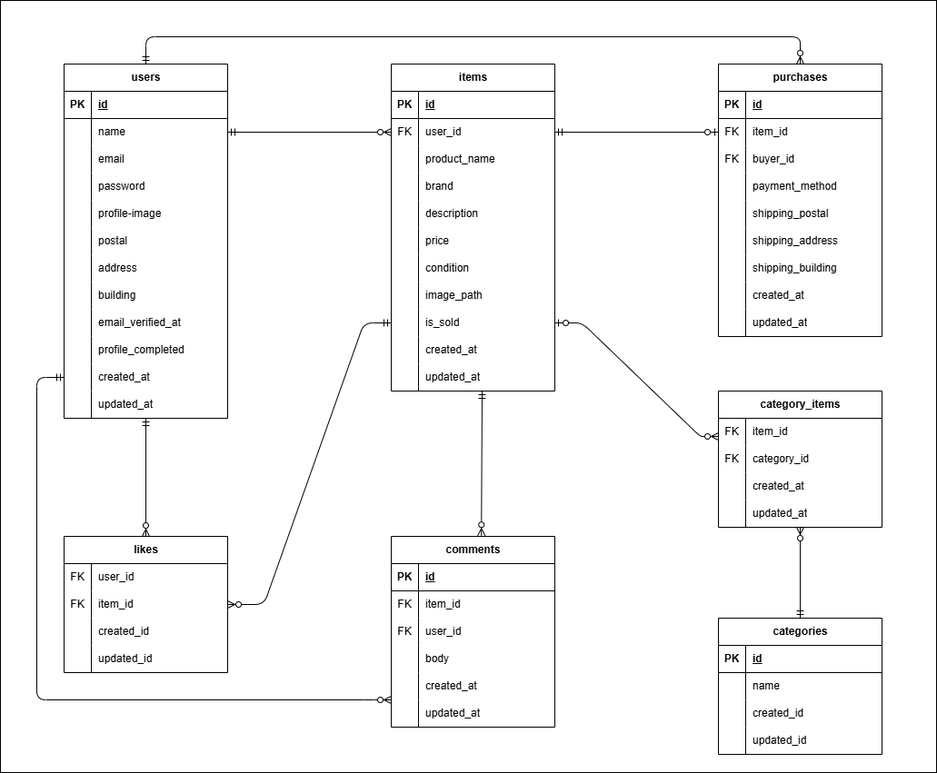
Earlier version of the draw.io export erd.png (kumumuma05/free-market). Source tidied: cells renumbered, new cells last; positions are measured from the earlier drawing's top-left corner, leaving out a move shared by most shapes.
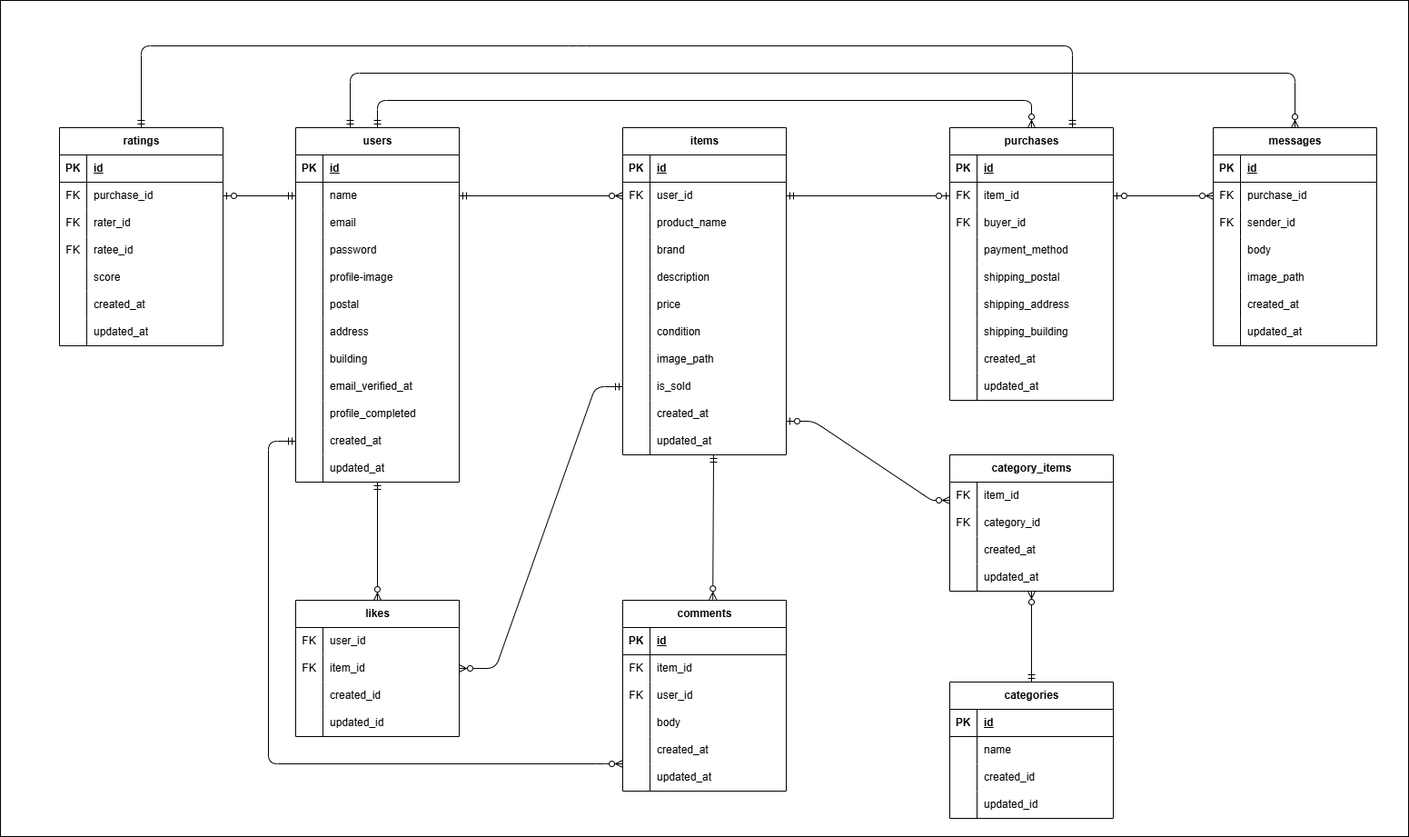
After the change.

Change to the diagram source:
```diff
@@ -3,7 +3,7 @@
     <mxCell id="0" />
     <mxCell id="1" parent="0" />
     <mxCell id="2" style="rounded=0;whiteSpace=wrap;html=1;labelBackgroundColor=default;" parent="1" vertex="1">
-      <mxGeometry width="1030" height="850" as="geometry" />
+      <mxGeometry x="-255" y="-70" width="1550" height="920" as="geometry" />
     </mxCell>
     <mxCell id="3" value="users" style="shape=table;startSize=30;rowLines=0;fontStyle=1;align=center;html=1;" parent="1" vertex="1">
       <mxGeometry x="70" y="70" width="180" height="390" as="geometry" />
@@ -518,11 +518,12 @@
         </Array>
       </mxGeometry>
     </mxCell>
-    <mxCell id="167" style="fontSize=12;html=1;endArrow=ERzeroToMany;startArrow=ERzeroToOne;startFill=0;endFill=0;exitX=1;exitY=0.5;exitDx=0;exitDy=0;" parent="1" edge="1" source="123">
+    <mxCell id="167" style="fontSize=12;html=1;endArrow=ERzeroToMany;startArrow=ERzeroToOne;startFill=0;endFill=0;" parent="1" edge="1">
       <mxGeometry relative="1" as="geometry">
+        <mxPoint x="610" y="393" as="sourcePoint" />
         <mxPoint x="790" y="480" as="targetPoint" />
         <Array as="points">
-          <mxPoint x="640" y="355" />
+          <mxPoint x="640" y="393" />
           <mxPoint x="770" y="480" />
         </Array>
       </mxGeometry>
@@ -530,5 +531,161 @@
     <mxCell id="168" style="fontSize=12;html=1;endArrow=ERmandOne;startArrow=ERzeroToMany;startFill=0;endFill=0;" parent="1" edge="1" source="82" target="40">
       <mxGeometry relative="1" as="geometry" />
     </mxCell>
+    <mxCell id="169" value="messages" style="shape=table;startSize=30;rowLines=0;fontStyle=1;align=center;html=1;" parent="1" vertex="1">
+      <mxGeometry x="1080" y="70" width="180" height="240" as="geometry" />
+    </mxCell>
+    <mxCell id="170" style="shape=tableRow;horizontal=0;startSize=0;swimlaneHead=0;swimlaneBody=0;fillColor=none;top=0;left=0;right=0;bottom=1;" parent="169" vertex="1">
+      <mxGeometry y="30" width="180" height="30" as="geometry" />
+    </mxCell>
+    <mxCell id="171" value="PK" style="shape=partialRectangle;fillColor=none;top=0;left=0;bottom=0;right=0;fontStyle=1;overflow=hidden;whiteSpace=wrap;html=1;" parent="170" vertex="1">
+      <mxGeometry width="30" height="30" as="geometry" />
+    </mxCell>
+    <mxCell id="172" value="id" style="shape=partialRectangle;fillColor=none;top=0;left=0;bottom=0;right=0;align=left;spacingLeft=6;fontStyle=5;overflow=hidden;whiteSpace=wrap;html=1;" parent="170" vertex="1">
+      <mxGeometry x="30" width="150" height="30" as="geometry" />
+    </mxCell>
+    <mxCell id="173" style="shape=tableRow;horizontal=0;startSize=0;swimlaneHead=0;swimlaneBody=0;fillColor=none;points=[[0,0.5],[1,0.5]];portConstraint=eastwest;top=0;left=0;right=0;bottom=0;" parent="169" vertex="1">
+      <mxGeometry y="60" width="180" height="30" as="geometry" />
+    </mxCell>
+    <mxCell id="174" value="FK" style="shape=partialRectangle;fillColor=none;top=0;left=0;bottom=0;right=0;overflow=hidden;whiteSpace=wrap;html=1;" parent="173" vertex="1">
+      <mxGeometry width="30" height="30" as="geometry" />
+    </mxCell>
+    <mxCell id="175" value="purchase_id" style="shape=partialRectangle;fillColor=none;top=0;left=0;bottom=0;right=0;align=left;spacingLeft=6;overflow=hidden;whiteSpace=wrap;html=1;" parent="173" vertex="1">
+      <mxGeometry x="30" width="150" height="30" as="geometry" />
+    </mxCell>
+    <mxCell id="176" style="shape=tableRow;horizontal=0;startSize=0;swimlaneHead=0;swimlaneBody=0;fillColor=none;top=0;left=0;right=0;bottom=0;" parent="169" vertex="1">
+      <mxGeometry y="90" width="180" height="30" as="geometry" />
+    </mxCell>
+    <mxCell id="177" value="FK" style="shape=partialRectangle;fillColor=none;top=0;left=0;bottom=0;right=0;overflow=hidden;whiteSpace=wrap;html=1;" parent="176" vertex="1">
+      <mxGeometry width="30" height="30" as="geometry" />
+    </mxCell>
+    <mxCell id="178" value="&lt;div&gt;sender_id&lt;/div&gt;" style="shape=partialRectangle;fillColor=none;top=0;left=0;bottom=0;right=0;align=left;spacingLeft=6;overflow=hidden;whiteSpace=wrap;html=1;" parent="176" vertex="1">
+      <mxGeometry x="30" width="150" height="30" as="geometry" />
+    </mxCell>
+    <mxCell id="179" style="shape=tableRow;horizontal=0;startSize=0;swimlaneHead=0;swimlaneBody=0;fillColor=none;top=0;left=0;right=0;bottom=0;" parent="169" vertex="1">
+      <mxGeometry y="120" width="180" height="30" as="geometry" />
+    </mxCell>
+    <mxCell id="180" style="shape=partialRectangle;fillColor=none;top=0;left=0;bottom=0;right=0;overflow=hidden;whiteSpace=wrap;html=1;" parent="179" vertex="1">
+      <mxGeometry width="30" height="30" as="geometry" />
+    </mxCell>
+    <mxCell id="181" value="body" style="shape=partialRectangle;fillColor=none;top=0;left=0;bottom=0;right=0;align=left;spacingLeft=6;overflow=hidden;whiteSpace=wrap;html=1;" parent="179" vertex="1">
+      <mxGeometry x="30" width="150" height="30" as="geometry" />
+    </mxCell>
+    <mxCell id="182" style="shape=tableRow;horizontal=0;startSize=0;swimlaneHead=0;swimlaneBody=0;fillColor=none;top=0;left=0;right=0;bottom=0;" parent="169" vertex="1">
+      <mxGeometry y="150" width="180" height="30" as="geometry" />
+    </mxCell>
+    <mxCell id="183" style="shape=partialRectangle;fillColor=none;top=0;left=0;bottom=0;right=0;overflow=hidden;whiteSpace=wrap;html=1;" parent="182" vertex="1">
+      <mxGeometry width="30" height="30" as="geometry" />
+    </mxCell>
+    <mxCell id="184" value="image_path" style="shape=partialRectangle;fillColor=none;top=0;left=0;bottom=0;right=0;align=left;spacingLeft=6;overflow=hidden;whiteSpace=wrap;html=1;" parent="182" vertex="1">
+      <mxGeometry x="30" width="150" height="30" as="geometry" />
+    </mxCell>
+    <mxCell id="185" style="shape=tableRow;horizontal=0;startSize=0;swimlaneHead=0;swimlaneBody=0;fillColor=none;top=0;left=0;right=0;bottom=0;" parent="169" vertex="1">
+      <mxGeometry y="180" width="180" height="30" as="geometry" />
+    </mxCell>
+    <mxCell id="186" style="shape=partialRectangle;fillColor=none;top=0;left=0;bottom=0;right=0;overflow=hidden;whiteSpace=wrap;html=1;" parent="185" vertex="1">
+      <mxGeometry width="30" height="30" as="geometry" />
+    </mxCell>
+    <mxCell id="187" value="created_at" style="shape=partialRectangle;fillColor=none;top=0;left=0;bottom=0;right=0;align=left;spacingLeft=6;overflow=hidden;whiteSpace=wrap;html=1;" parent="185" vertex="1">
+      <mxGeometry x="30" width="150" height="30" as="geometry" />
+    </mxCell>
+    <mxCell id="188" style="shape=tableRow;horizontal=0;startSize=0;swimlaneHead=0;swimlaneBody=0;fillColor=none;top=0;left=0;right=0;bottom=0;" parent="169" vertex="1">
+      <mxGeometry y="210" width="180" height="30" as="geometry" />
+    </mxCell>
+    <mxCell id="189" style="shape=partialRectangle;fillColor=none;top=0;left=0;bottom=0;right=0;overflow=hidden;whiteSpace=wrap;html=1;" parent="188" vertex="1">
+      <mxGeometry width="30" height="30" as="geometry" />
+    </mxCell>
+    <mxCell id="190" value="updated_at" style="shape=partialRectangle;fillColor=none;top=0;left=0;bottom=0;right=0;align=left;spacingLeft=6;overflow=hidden;whiteSpace=wrap;html=1;" parent="188" vertex="1">
+      <mxGeometry x="30" width="150" height="30" as="geometry" />
+    </mxCell>
+    <mxCell id="191" style="fontSize=12;html=1;endArrow=ERzeroToMany;startArrow=ERzeroToOne;entryX=0;entryY=0.5;entryDx=0;entryDy=0;exitX=1;exitY=0.5;exitDx=0;exitDy=0;startFill=0;endFill=0;" parent="1" edge="1" source="136" target="173">
+      <mxGeometry relative="1" as="geometry" />
+    </mxCell>
+    <mxCell id="192" style="fontSize=12;html=1;endArrow=ERzeroToMany;startArrow=ERmandOne;entryX=0.5;entryY=0;entryDx=0;entryDy=0;startFill=0;" parent="1" edge="1" target="169">
+      <mxGeometry relative="1" as="geometry">
+        <mxPoint x="130" y="70" as="sourcePoint" />
+        <Array as="points">
+          <mxPoint x="130" y="10" />
+          <mxPoint x="1170" y="10" />
+        </Array>
+      </mxGeometry>
+    </mxCell>
+    <mxCell id="193" value="ratings" style="shape=table;startSize=30;rowLines=0;fontStyle=1;align=center;html=1;" parent="1" vertex="1">
+      <mxGeometry x="-190" y="70" width="180" height="240" as="geometry" />
+    </mxCell>
+    <mxCell id="194" style="shape=tableRow;horizontal=0;startSize=0;swimlaneHead=0;swimlaneBody=0;fillColor=none;top=0;left=0;right=0;bottom=1;" parent="193" vertex="1">
+      <mxGeometry y="30" width="180" height="30" as="geometry" />
+    </mxCell>
+    <mxCell id="195" value="PK" style="shape=partialRectangle;fillColor=none;top=0;left=0;bottom=0;right=0;fontStyle=1;overflow=hidden;whiteSpace=wrap;html=1;" parent="194" vertex="1">
+      <mxGeometry width="30" height="30" as="geometry" />
+    </mxCell>
+    <mxCell id="196" value="id" style="shape=partialRectangle;fillColor=none;top=0;left=0;bottom=0;right=0;align=left;spacingLeft=6;fontStyle=5;overflow=hidden;whiteSpace=wrap;html=1;" parent="194" vertex="1">
+      <mxGeometry x="30" width="150" height="30" as="geometry" />
+    </mxCell>
+    <mxCell id="197" style="shape=tableRow;horizontal=0;startSize=0;swimlaneHead=0;swimlaneBody=0;fillColor=none;points=[[0,0.5],[1,0.5]];portConstraint=eastwest;top=0;left=0;right=0;bottom=0;" parent="193" vertex="1">
+      <mxGeometry y="60" width="180" height="30" as="geometry" />
+    </mxCell>
+    <mxCell id="198" value="FK" style="shape=partialRectangle;fillColor=none;top=0;left=0;bottom=0;right=0;overflow=hidden;whiteSpace=wrap;html=1;" parent="197" vertex="1">
+      <mxGeometry width="30" height="30" as="geometry" />
+    </mxCell>
+    <mxCell id="199" value="purchase_id" style="shape=partialRectangle;fillColor=none;top=0;left=0;bottom=0;right=0;align=left;spacingLeft=6;overflow=hidden;whiteSpace=wrap;html=1;" parent="197" vertex="1">
+      <mxGeometry x="30" width="150" height="30" as="geometry" />
+    </mxCell>
+    <mxCell id="200" style="shape=tableRow;horizontal=0;startSize=0;swimlaneHead=0;swimlaneBody=0;fillColor=none;top=0;left=0;right=0;bottom=0;" parent="193" vertex="1">
+      <mxGeometry y="90" width="180" height="30" as="geometry" />
+    </mxCell>
+    <mxCell id="201" value="FK" style="shape=partialRectangle;fillColor=none;top=0;left=0;bottom=0;right=0;overflow=hidden;whiteSpace=wrap;html=1;" parent="200" vertex="1">
+      <mxGeometry width="30" height="30" as="geometry" />
+    </mxCell>
+    <mxCell id="202" value="rater_id" style="shape=partialRectangle;fillColor=none;top=0;left=0;bottom=0;right=0;align=left;spacingLeft=6;overflow=hidden;whiteSpace=wrap;html=1;" parent="200" vertex="1">
+      <mxGeometry x="30" width="150" height="30" as="geometry" />
+    </mxCell>
+    <mxCell id="203" style="shape=tableRow;horizontal=0;startSize=0;swimlaneHead=0;swimlaneBody=0;fillColor=none;top=0;left=0;right=0;bottom=0;" parent="193" vertex="1">
+      <mxGeometry y="120" width="180" height="30" as="geometry" />
+    </mxCell>
+    <mxCell id="204" value="FK" style="shape=partialRectangle;fillColor=none;top=0;left=0;bottom=0;right=0;overflow=hidden;whiteSpace=wrap;html=1;" parent="203" vertex="1">
+      <mxGeometry width="30" height="30" as="geometry" />
+    </mxCell>
+    <mxCell id="205" value="ratee_id" style="shape=partialRectangle;fillColor=none;top=0;left=0;bottom=0;right=0;align=left;spacingLeft=6;overflow=hidden;whiteSpace=wrap;html=1;" parent="203" vertex="1">
+      <mxGeometry x="30" width="150" height="30" as="geometry" />
+    </mxCell>
+    <mxCell id="206" style="shape=tableRow;horizontal=0;startSize=0;swimlaneHead=0;swimlaneBody=0;fillColor=none;top=0;left=0;right=0;bottom=0;" parent="193" vertex="1">
+      <mxGeometry y="150" width="180" height="30" as="geometry" />
+    </mxCell>
+    <mxCell id="207" style="shape=partialRectangle;fillColor=none;top=0;left=0;bottom=0;right=0;overflow=hidden;whiteSpace=wrap;html=1;" parent="206" vertex="1">
+      <mxGeometry width="30" height="30" as="geometry" />
+    </mxCell>
+    <mxCell id="208" value="score" style="shape=partialRectangle;fillColor=none;top=0;left=0;bottom=0;right=0;align=left;spacingLeft=6;overflow=hidden;whiteSpace=wrap;html=1;" parent="206" vertex="1">
+      <mxGeometry x="30" width="150" height="30" as="geometry" />
+    </mxCell>
+    <mxCell id="209" style="shape=tableRow;horizontal=0;startSize=0;swimlaneHead=0;swimlaneBody=0;fillColor=none;top=0;left=0;right=0;bottom=0;" parent="193" vertex="1">
+      <mxGeometry y="180" width="180" height="30" as="geometry" />
+    </mxCell>
+    <mxCell id="210" style="shape=partialRectangle;fillColor=none;top=0;left=0;bottom=0;right=0;overflow=hidden;whiteSpace=wrap;html=1;" parent="209" vertex="1">
+      <mxGeometry width="30" height="30" as="geometry" />
+    </mxCell>
+    <mxCell id="211" value="created_at" style="shape=partialRectangle;fillColor=none;top=0;left=0;bottom=0;right=0;align=left;spacingLeft=6;overflow=hidden;whiteSpace=wrap;html=1;" parent="209" vertex="1">
+      <mxGeometry x="30" width="150" height="30" as="geometry" />
+    </mxCell>
+    <mxCell id="212" style="shape=tableRow;horizontal=0;startSize=0;swimlaneHead=0;swimlaneBody=0;fillColor=none;top=0;left=0;right=0;bottom=0;" parent="193" vertex="1">
+      <mxGeometry y="210" width="180" height="30" as="geometry" />
+    </mxCell>
+    <mxCell id="213" style="shape=partialRectangle;fillColor=none;top=0;left=0;bottom=0;right=0;overflow=hidden;whiteSpace=wrap;html=1;" parent="212" vertex="1">
+      <mxGeometry width="30" height="30" as="geometry" />
+    </mxCell>
+    <mxCell id="214" value="updated_at" style="shape=partialRectangle;fillColor=none;top=0;left=0;bottom=0;right=0;align=left;spacingLeft=6;overflow=hidden;whiteSpace=wrap;html=1;" parent="212" vertex="1">
+      <mxGeometry x="30" width="150" height="30" as="geometry" />
+    </mxCell>
+    <mxCell id="215" style="fontSize=12;html=1;endArrow=ERmandOne;startArrow=ERzeroToOne;entryX=0;entryY=0.5;entryDx=0;entryDy=0;exitX=1;exitY=0.5;exitDx=0;exitDy=0;endFill=0;" parent="1" edge="1" source="197" target="7">
+      <mxGeometry relative="1" as="geometry" />
+    </mxCell>
+    <mxCell id="216" style="fontSize=12;html=1;endArrow=ERmandOne;startArrow=ERmandOne;entryX=0.75;entryY=0;entryDx=0;entryDy=0;" parent="1" edge="1" source="193" target="132">
+      <mxGeometry relative="1" as="geometry">
+        <Array as="points">
+          <mxPoint x="-100" y="-20" />
+          <mxPoint x="380" y="-20" />
+          <mxPoint x="925" y="-20" />
+        </Array>
+      </mxGeometry>
+    </mxCell>
   </root>
 </mxGraphModel>
```
